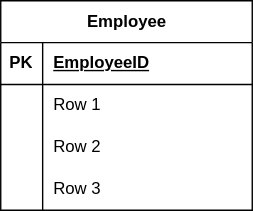
The draw.io diagram Untitled Diagram.drawio.svg in Priscile2/Diagrams, before a commit. Source tidied: cells renumbered, new cells last; positions are measured from the earlier drawing's top-left corner, leaving out a move shared by most shapes. The source it was exported from:
```xml
<mxGraphModel>
  <root>
    <mxCell id="0" />
    <mxCell id="1" parent="0" />
    <mxCell id="2" value="Employee" style="shape=table;startSize=30;rowLines=0;fontStyle=1;align=center;html=1;" parent="1" vertex="1">
      <mxGeometry width="180" height="150" as="geometry" />
    </mxCell>
    <mxCell id="3" style="shape=tableRow;horizontal=0;startSize=0;swimlaneHead=0;swimlaneBody=0;fillColor=none;top=0;left=0;right=0;bottom=1;" parent="2" vertex="1">
      <mxGeometry y="30" width="180" height="30" as="geometry" />
    </mxCell>
    <mxCell id="4" value="PK" style="shape=partialRectangle;fillColor=none;top=0;left=0;bottom=0;right=0;fontStyle=1;overflow=hidden;whiteSpace=wrap;html=1;" parent="3" vertex="1">
      <mxGeometry width="30" height="30" as="geometry" />
    </mxCell>
    <mxCell id="5" value="EmployeeID" style="shape=partialRectangle;fillColor=none;top=0;left=0;bottom=0;right=0;align=left;spacingLeft=6;fontStyle=5;overflow=hidden;whiteSpace=wrap;html=1;" parent="3" vertex="1">
      <mxGeometry x="30" width="150" height="30" as="geometry" />
    </mxCell>
    <mxCell id="6" style="shape=tableRow;horizontal=0;startSize=0;swimlaneHead=0;swimlaneBody=0;fillColor=none;top=0;left=0;right=0;bottom=0;" parent="2" vertex="1">
      <mxGeometry y="60" width="180" height="30" as="geometry" />
    </mxCell>
    <mxCell id="7" style="shape=partialRectangle;fillColor=none;top=0;left=0;bottom=0;right=0;overflow=hidden;whiteSpace=wrap;html=1;" parent="6" vertex="1">
      <mxGeometry width="30" height="30" as="geometry" />
    </mxCell>
    <mxCell id="8" value="Row 1" style="shape=partialRectangle;fillColor=none;top=0;left=0;bottom=0;right=0;align=left;spacingLeft=6;overflow=hidden;whiteSpace=wrap;html=1;" parent="6" vertex="1">
      <mxGeometry x="30" width="150" height="30" as="geometry" />
    </mxCell>
    <mxCell id="9" style="shape=tableRow;horizontal=0;startSize=0;swimlaneHead=0;swimlaneBody=0;fillColor=none;top=0;left=0;right=0;bottom=0;" parent="2" vertex="1">
      <mxGeometry y="90" width="180" height="30" as="geometry" />
    </mxCell>
    <mxCell id="10" style="shape=partialRectangle;fillColor=none;top=0;left=0;bottom=0;right=0;overflow=hidden;whiteSpace=wrap;html=1;" parent="9" vertex="1">
      <mxGeometry width="30" height="30" as="geometry" />
    </mxCell>
    <mxCell id="11" value="Row 2" style="shape=partialRectangle;fillColor=none;top=0;left=0;bottom=0;right=0;align=left;spacingLeft=6;overflow=hidden;whiteSpace=wrap;html=1;" parent="9" vertex="1">
      <mxGeometry x="30" width="150" height="30" as="geometry" />
    </mxCell>
    <mxCell id="12" style="shape=tableRow;horizontal=0;startSize=0;swimlaneHead=0;swimlaneBody=0;fillColor=none;top=0;left=0;right=0;bottom=0;" parent="2" vertex="1">
      <mxGeometry y="120" width="180" height="30" as="geometry" />
    </mxCell>
    <mxCell id="13" style="shape=partialRectangle;fillColor=none;top=0;left=0;bottom=0;right=0;overflow=hidden;whiteSpace=wrap;html=1;" parent="12" vertex="1">
      <mxGeometry width="30" height="30" as="geometry" />
    </mxCell>
    <mxCell id="14" value="Row 3" style="shape=partialRectangle;fillColor=none;top=0;left=0;bottom=0;right=0;align=left;spacingLeft=6;overflow=hidden;whiteSpace=wrap;html=1;" parent="12" vertex="1">
      <mxGeometry x="30" width="150" height="30" as="geometry" />
    </mxCell>
  </root>
</mxGraphModel>
```
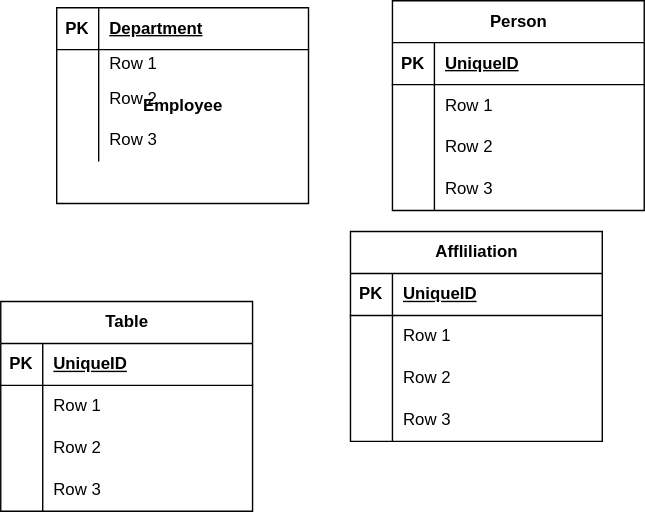
Above is the later version.

Change to the diagram source:
```diff
@@ -2,29 +2,29 @@
   <root>
     <mxCell id="0" />
     <mxCell id="1" parent="0" />
-    <mxCell id="2" value="Employee" style="shape=table;startSize=30;rowLines=0;fontStyle=1;align=center;html=1;" parent="1" vertex="1">
-      <mxGeometry width="180" height="150" as="geometry" />
+    <mxCell id="2" value="Employee" style="shape=table;startSize=0;rowLines=0;fontStyle=1;align=center;html=1;" parent="1" vertex="1">
+      <mxGeometry width="180" height="140" as="geometry" />
     </mxCell>
     <mxCell id="3" style="shape=tableRow;horizontal=0;startSize=0;swimlaneHead=0;swimlaneBody=0;fillColor=none;top=0;left=0;right=0;bottom=1;" parent="2" vertex="1">
-      <mxGeometry y="30" width="180" height="30" as="geometry" />
+      <mxGeometry width="180" height="30" as="geometry" />
     </mxCell>
     <mxCell id="4" value="PK" style="shape=partialRectangle;fillColor=none;top=0;left=0;bottom=0;right=0;fontStyle=1;overflow=hidden;whiteSpace=wrap;html=1;" parent="3" vertex="1">
       <mxGeometry width="30" height="30" as="geometry" />
     </mxCell>
-    <mxCell id="5" value="EmployeeID" style="shape=partialRectangle;fillColor=none;top=0;left=0;bottom=0;right=0;align=left;spacingLeft=6;fontStyle=5;overflow=hidden;whiteSpace=wrap;html=1;" parent="3" vertex="1">
+    <mxCell id="5" value="Department" style="shape=partialRectangle;fillColor=none;top=0;left=0;bottom=0;right=0;align=left;spacingLeft=6;fontStyle=5;overflow=hidden;whiteSpace=wrap;html=1;" parent="3" vertex="1">
       <mxGeometry x="30" width="150" height="30" as="geometry" />
     </mxCell>
     <mxCell id="6" style="shape=tableRow;horizontal=0;startSize=0;swimlaneHead=0;swimlaneBody=0;fillColor=none;top=0;left=0;right=0;bottom=0;" parent="2" vertex="1">
-      <mxGeometry y="60" width="180" height="30" as="geometry" />
+      <mxGeometry y="30" width="180" height="20" as="geometry" />
     </mxCell>
     <mxCell id="7" style="shape=partialRectangle;fillColor=none;top=0;left=0;bottom=0;right=0;overflow=hidden;whiteSpace=wrap;html=1;" parent="6" vertex="1">
-      <mxGeometry width="30" height="30" as="geometry" />
+      <mxGeometry width="30" height="20" as="geometry" />
     </mxCell>
     <mxCell id="8" value="Row 1" style="shape=partialRectangle;fillColor=none;top=0;left=0;bottom=0;right=0;align=left;spacingLeft=6;overflow=hidden;whiteSpace=wrap;html=1;" parent="6" vertex="1">
-      <mxGeometry x="30" width="150" height="30" as="geometry" />
+      <mxGeometry x="30" width="150" height="20" as="geometry" />
     </mxCell>
     <mxCell id="9" style="shape=tableRow;horizontal=0;startSize=0;swimlaneHead=0;swimlaneBody=0;fillColor=none;top=0;left=0;right=0;bottom=0;" parent="2" vertex="1">
-      <mxGeometry y="90" width="180" height="30" as="geometry" />
+      <mxGeometry y="50" width="180" height="30" as="geometry" />
     </mxCell>
     <mxCell id="10" style="shape=partialRectangle;fillColor=none;top=0;left=0;bottom=0;right=0;overflow=hidden;whiteSpace=wrap;html=1;" parent="9" vertex="1">
       <mxGeometry width="30" height="30" as="geometry" />
@@ -33,7 +33,7 @@
       <mxGeometry x="30" width="150" height="30" as="geometry" />
     </mxCell>
     <mxCell id="12" style="shape=tableRow;horizontal=0;startSize=0;swimlaneHead=0;swimlaneBody=0;fillColor=none;top=0;left=0;right=0;bottom=0;" parent="2" vertex="1">
-      <mxGeometry y="120" width="180" height="30" as="geometry" />
+      <mxGeometry y="80" width="180" height="30" as="geometry" />
     </mxCell>
     <mxCell id="13" style="shape=partialRectangle;fillColor=none;top=0;left=0;bottom=0;right=0;overflow=hidden;whiteSpace=wrap;html=1;" parent="12" vertex="1">
       <mxGeometry width="30" height="30" as="geometry" />
@@ -41,5 +41,122 @@
     <mxCell id="14" value="Row 3" style="shape=partialRectangle;fillColor=none;top=0;left=0;bottom=0;right=0;align=left;spacingLeft=6;overflow=hidden;whiteSpace=wrap;html=1;" parent="12" vertex="1">
       <mxGeometry x="30" width="150" height="30" as="geometry" />
     </mxCell>
+    <mxCell id="15" value="Person" style="shape=table;startSize=30;rowLines=0;fontStyle=1;align=center;html=1;" parent="1" vertex="1">
+      <mxGeometry x="240" y="-5" width="180" height="150" as="geometry" />
+    </mxCell>
+    <mxCell id="16" style="shape=tableRow;horizontal=0;startSize=0;swimlaneHead=0;swimlaneBody=0;fillColor=none;top=0;left=0;right=0;bottom=1;" parent="15" vertex="1">
+      <mxGeometry y="30" width="180" height="30" as="geometry" />
+    </mxCell>
+    <mxCell id="17" value="PK" style="shape=partialRectangle;fillColor=none;top=0;left=0;bottom=0;right=0;fontStyle=1;overflow=hidden;whiteSpace=wrap;html=1;" parent="16" vertex="1">
+      <mxGeometry width="30" height="30" as="geometry" />
+    </mxCell>
+    <mxCell id="18" value="UniqueID" style="shape=partialRectangle;fillColor=none;top=0;left=0;bottom=0;right=0;align=left;spacingLeft=6;fontStyle=5;overflow=hidden;whiteSpace=wrap;html=1;" parent="16" vertex="1">
+      <mxGeometry x="30" width="150" height="30" as="geometry" />
+    </mxCell>
+    <mxCell id="19" style="shape=tableRow;horizontal=0;startSize=0;swimlaneHead=0;swimlaneBody=0;fillColor=none;top=0;left=0;right=0;bottom=0;" parent="15" vertex="1">
+      <mxGeometry y="60" width="180" height="30" as="geometry" />
+    </mxCell>
+    <mxCell id="20" style="shape=partialRectangle;fillColor=none;top=0;left=0;bottom=0;right=0;overflow=hidden;whiteSpace=wrap;html=1;" parent="19" vertex="1">
+      <mxGeometry width="30" height="30" as="geometry" />
+    </mxCell>
+    <mxCell id="21" value="Row 1" style="shape=partialRectangle;fillColor=none;top=0;left=0;bottom=0;right=0;align=left;spacingLeft=6;overflow=hidden;whiteSpace=wrap;html=1;" parent="19" vertex="1">
+      <mxGeometry x="30" width="150" height="30" as="geometry" />
+    </mxCell>
+    <mxCell id="22" style="shape=tableRow;horizontal=0;startSize=0;swimlaneHead=0;swimlaneBody=0;fillColor=none;top=0;left=0;right=0;bottom=0;" parent="15" vertex="1">
+      <mxGeometry y="90" width="180" height="30" as="geometry" />
+    </mxCell>
+    <mxCell id="23" style="shape=partialRectangle;fillColor=none;top=0;left=0;bottom=0;right=0;overflow=hidden;whiteSpace=wrap;html=1;" parent="22" vertex="1">
+      <mxGeometry width="30" height="30" as="geometry" />
+    </mxCell>
+    <mxCell id="24" value="Row 2" style="shape=partialRectangle;fillColor=none;top=0;left=0;bottom=0;right=0;align=left;spacingLeft=6;overflow=hidden;whiteSpace=wrap;html=1;" parent="22" vertex="1">
+      <mxGeometry x="30" width="150" height="30" as="geometry" />
+    </mxCell>
+    <mxCell id="25" style="shape=tableRow;horizontal=0;startSize=0;swimlaneHead=0;swimlaneBody=0;fillColor=none;top=0;left=0;right=0;bottom=0;" parent="15" vertex="1">
+      <mxGeometry y="120" width="180" height="30" as="geometry" />
+    </mxCell>
+    <mxCell id="26" style="shape=partialRectangle;fillColor=none;top=0;left=0;bottom=0;right=0;overflow=hidden;whiteSpace=wrap;html=1;" parent="25" vertex="1">
+      <mxGeometry width="30" height="30" as="geometry" />
+    </mxCell>
+    <mxCell id="27" value="Row 3" style="shape=partialRectangle;fillColor=none;top=0;left=0;bottom=0;right=0;align=left;spacingLeft=6;overflow=hidden;whiteSpace=wrap;html=1;" parent="25" vertex="1">
+      <mxGeometry x="30" width="150" height="30" as="geometry" />
+    </mxCell>
+    <mxCell id="28" value="Affliliation" style="shape=table;startSize=30;rowLines=0;fontStyle=1;align=center;html=1;" parent="1" vertex="1">
+      <mxGeometry x="210" y="160" width="180" height="150" as="geometry" />
+    </mxCell>
+    <mxCell id="29" style="shape=tableRow;horizontal=0;startSize=0;swimlaneHead=0;swimlaneBody=0;fillColor=none;top=0;left=0;right=0;bottom=1;" parent="28" vertex="1">
+      <mxGeometry y="30" width="180" height="30" as="geometry" />
+    </mxCell>
+    <mxCell id="30" value="PK" style="shape=partialRectangle;fillColor=none;top=0;left=0;bottom=0;right=0;fontStyle=1;overflow=hidden;whiteSpace=wrap;html=1;" parent="29" vertex="1">
+      <mxGeometry width="30" height="30" as="geometry" />
+    </mxCell>
+    <mxCell id="31" value="UniqueID" style="shape=partialRectangle;fillColor=none;top=0;left=0;bottom=0;right=0;align=left;spacingLeft=6;fontStyle=5;overflow=hidden;whiteSpace=wrap;html=1;" parent="29" vertex="1">
+      <mxGeometry x="30" width="150" height="30" as="geometry" />
+    </mxCell>
+    <mxCell id="32" style="shape=tableRow;horizontal=0;startSize=0;swimlaneHead=0;swimlaneBody=0;fillColor=none;top=0;left=0;right=0;bottom=0;" parent="28" vertex="1">
+      <mxGeometry y="60" width="180" height="30" as="geometry" />
+    </mxCell>
+    <mxCell id="33" style="shape=partialRectangle;fillColor=none;top=0;left=0;bottom=0;right=0;overflow=hidden;whiteSpace=wrap;html=1;" parent="32" vertex="1">
+      <mxGeometry width="30" height="30" as="geometry" />
+    </mxCell>
+    <mxCell id="34" value="Row 1" style="shape=partialRectangle;fillColor=none;top=0;left=0;bottom=0;right=0;align=left;spacingLeft=6;overflow=hidden;whiteSpace=wrap;html=1;" parent="32" vertex="1">
+      <mxGeometry x="30" width="150" height="30" as="geometry" />
+    </mxCell>
+    <mxCell id="35" style="shape=tableRow;horizontal=0;startSize=0;swimlaneHead=0;swimlaneBody=0;fillColor=none;top=0;left=0;right=0;bottom=0;" parent="28" vertex="1">
+      <mxGeometry y="90" width="180" height="30" as="geometry" />
+    </mxCell>
+    <mxCell id="36" style="shape=partialRectangle;fillColor=none;top=0;left=0;bottom=0;right=0;overflow=hidden;whiteSpace=wrap;html=1;" parent="35" vertex="1">
+      <mxGeometry width="30" height="30" as="geometry" />
+    </mxCell>
+    <mxCell id="37" value="Row 2" style="shape=partialRectangle;fillColor=none;top=0;left=0;bottom=0;right=0;align=left;spacingLeft=6;overflow=hidden;whiteSpace=wrap;html=1;" parent="35" vertex="1">
+      <mxGeometry x="30" width="150" height="30" as="geometry" />
+    </mxCell>
+    <mxCell id="38" style="shape=tableRow;horizontal=0;startSize=0;swimlaneHead=0;swimlaneBody=0;fillColor=none;top=0;left=0;right=0;bottom=0;" parent="28" vertex="1">
+      <mxGeometry y="120" width="180" height="30" as="geometry" />
+    </mxCell>
+    <mxCell id="39" style="shape=partialRectangle;fillColor=none;top=0;left=0;bottom=0;right=0;overflow=hidden;whiteSpace=wrap;html=1;" parent="38" vertex="1">
+      <mxGeometry width="30" height="30" as="geometry" />
+    </mxCell>
+    <mxCell id="40" value="Row 3" style="shape=partialRectangle;fillColor=none;top=0;left=0;bottom=0;right=0;align=left;spacingLeft=6;overflow=hidden;whiteSpace=wrap;html=1;" parent="38" vertex="1">
+      <mxGeometry x="30" width="150" height="30" as="geometry" />
+    </mxCell>
+    <mxCell id="41" value="Table" style="shape=table;startSize=30;rowLines=0;fontStyle=1;align=center;html=1;" parent="1" vertex="1">
+      <mxGeometry x="-40" y="210" width="180" height="150" as="geometry" />
+    </mxCell>
+    <mxCell id="42" style="shape=tableRow;horizontal=0;startSize=0;swimlaneHead=0;swimlaneBody=0;fillColor=none;top=0;left=0;right=0;bottom=1;" parent="41" vertex="1">
+      <mxGeometry y="30" width="180" height="30" as="geometry" />
+    </mxCell>
+    <mxCell id="43" value="PK" style="shape=partialRectangle;fillColor=none;top=0;left=0;bottom=0;right=0;fontStyle=1;overflow=hidden;whiteSpace=wrap;html=1;" parent="42" vertex="1">
+      <mxGeometry width="30" height="30" as="geometry" />
+    </mxCell>
+    <mxCell id="44" value="UniqueID" style="shape=partialRectangle;fillColor=none;top=0;left=0;bottom=0;right=0;align=left;spacingLeft=6;fontStyle=5;overflow=hidden;whiteSpace=wrap;html=1;" parent="42" vertex="1">
+      <mxGeometry x="30" width="150" height="30" as="geometry" />
+    </mxCell>
+    <mxCell id="45" style="shape=tableRow;horizontal=0;startSize=0;swimlaneHead=0;swimlaneBody=0;fillColor=none;top=0;left=0;right=0;bottom=0;" parent="41" vertex="1">
+      <mxGeometry y="60" width="180" height="30" as="geometry" />
+    </mxCell>
+    <mxCell id="46" style="shape=partialRectangle;fillColor=none;top=0;left=0;bottom=0;right=0;overflow=hidden;whiteSpace=wrap;html=1;" parent="45" vertex="1">
+      <mxGeometry width="30" height="30" as="geometry" />
+    </mxCell>
+    <mxCell id="47" value="Row 1" style="shape=partialRectangle;fillColor=none;top=0;left=0;bottom=0;right=0;align=left;spacingLeft=6;overflow=hidden;whiteSpace=wrap;html=1;" parent="45" vertex="1">
+      <mxGeometry x="30" width="150" height="30" as="geometry" />
+    </mxCell>
+    <mxCell id="48" style="shape=tableRow;horizontal=0;startSize=0;swimlaneHead=0;swimlaneBody=0;fillColor=none;top=0;left=0;right=0;bottom=0;" parent="41" vertex="1">
+      <mxGeometry y="90" width="180" height="30" as="geometry" />
+    </mxCell>
+    <mxCell id="49" style="shape=partialRectangle;fillColor=none;top=0;left=0;bottom=0;right=0;overflow=hidden;whiteSpace=wrap;html=1;" parent="48" vertex="1">
+      <mxGeometry width="30" height="30" as="geometry" />
+    </mxCell>
+    <mxCell id="50" value="Row 2" style="shape=partialRectangle;fillColor=none;top=0;left=0;bottom=0;right=0;align=left;spacingLeft=6;overflow=hidden;whiteSpace=wrap;html=1;" parent="48" vertex="1">
+      <mxGeometry x="30" width="150" height="30" as="geometry" />
+    </mxCell>
+    <mxCell id="51" style="shape=tableRow;horizontal=0;startSize=0;swimlaneHead=0;swimlaneBody=0;fillColor=none;top=0;left=0;right=0;bottom=0;" parent="41" vertex="1">
+      <mxGeometry y="120" width="180" height="30" as="geometry" />
+    </mxCell>
+    <mxCell id="52" style="shape=partialRectangle;fillColor=none;top=0;left=0;bottom=0;right=0;overflow=hidden;whiteSpace=wrap;html=1;" parent="51" vertex="1">
+      <mxGeometry width="30" height="30" as="geometry" />
+    </mxCell>
+    <mxCell id="53" value="Row 3" style="shape=partialRectangle;fillColor=none;top=0;left=0;bottom=0;right=0;align=left;spacingLeft=6;overflow=hidden;whiteSpace=wrap;html=1;" parent="51" vertex="1">
+      <mxGeometry x="30" width="150" height="30" as="geometry" />
+    </mxCell>
   </root>
 </mxGraphModel>
```
